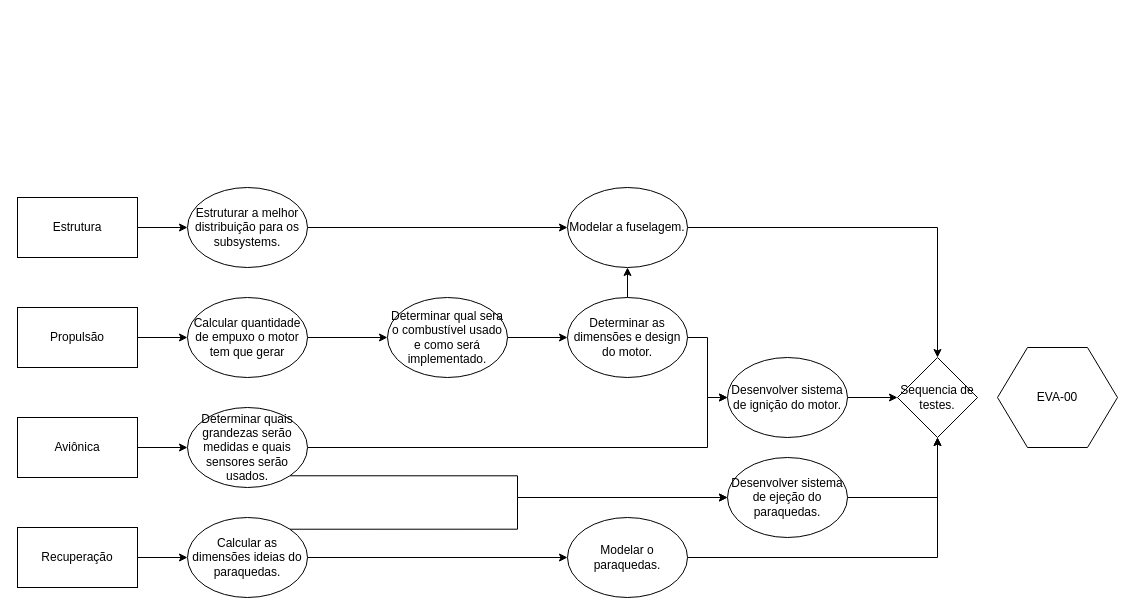
This is eva-00.drawio from freedxmgxd/Evangelion-Unidade-00, a draw.io file, before an edit. Source tidied: cells renumbered, new cells numbered last; positions are measured from the earlier drawing's top-left corner, leaving out a move shared by most shapes. Both pictures are drawn from the tidied source at 100%, with x=0, y=0 at pixel (17, 187).
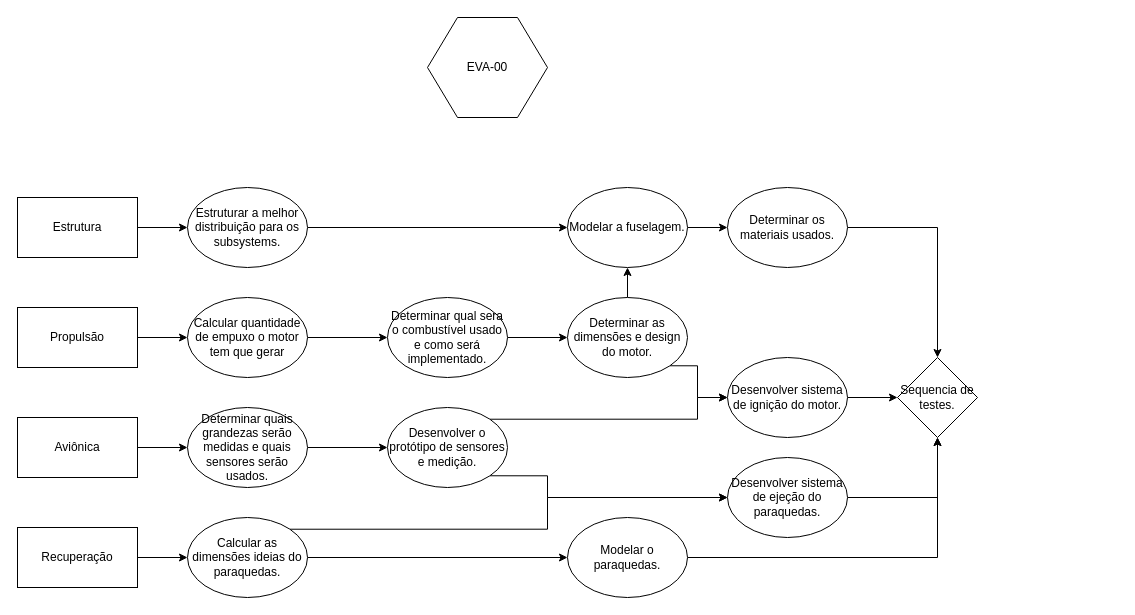
After the change.

Unchanged cells that the change refers to:
```xml
<mxCell id="13" value="Calcular as dimensões ideias do paraquedas." style="ellipse;whiteSpace=wrap;html=1;" parent="1" vertex="1">
  <mxGeometry x="170" y="330" width="120" height="80" as="geometry" />
</mxCell>
<mxCell id="16" value="Determinar quais grandezas serão medidas e quais sensores serão usados." style="ellipse;whiteSpace=wrap;html=1;" parent="1" vertex="1">
  <mxGeometry x="170" y="220" width="120" height="80" as="geometry" />
</mxCell>
<mxCell id="18" value="Desenvolver sistema de ejeção do paraquedas." style="ellipse;whiteSpace=wrap;html=1;" parent="1" vertex="1">
  <mxGeometry x="710" y="270" width="120" height="80" as="geometry" />
</mxCell>
<mxCell id="25" value="Determinar as dimensões e design do motor." style="ellipse;whiteSpace=wrap;html=1;" parent="1" vertex="1">
  <mxGeometry x="550" y="110" width="120" height="80" as="geometry" />
</mxCell>
<mxCell id="29" value="Modelar a fuselagem." style="ellipse;whiteSpace=wrap;html=1;" parent="1" vertex="1">
  <mxGeometry x="550" width="120" height="80" as="geometry" />
</mxCell>
<mxCell id="31" value="Desenvolver sistema de ignição do motor." style="ellipse;whiteSpace=wrap;html=1;" parent="1" vertex="1">
  <mxGeometry x="710" y="170" width="120" height="80" as="geometry" />
</mxCell>
<mxCell id="32" value="Sequencia de testes." style="rhombus;whiteSpace=wrap;html=1;" parent="1" vertex="1">
  <mxGeometry x="880" y="170" width="80" height="80" as="geometry" />
</mxCell>
```

What changed in the source:
```diff
@@
     <mxCell id="2" value="EVA-00" style="shape=hexagon;perimeter=hexagonPerimeter2;whiteSpace=wrap;html=1;fixedSize=1;size=30;" parent="1" vertex="1">
-      <mxGeometry x="980" y="160" width="120" height="100" as="geometry" />
+      <mxGeometry x="410" y="-170" width="120" height="100" as="geometry" />
     </mxCell>
@@
     <mxCell id="12" style="edgeStyle=orthogonalEdgeStyle;rounded=0;jettySize=auto;html=1;exitX=1;exitY=0;exitDx=0;exitDy=0;entryX=0;entryY=0.5;entryDx=0;entryDy=0;" parent="1" edge="1" source="13" target="18">
-      <mxGeometry relative="1" as="geometry" />
+      <mxGeometry relative="1" as="geometry">
+        <Array as="points">
+          <mxPoint x="530" y="342" />
+          <mxPoint x="530" y="310" />
+        </Array>
+      </mxGeometry>
     </mxCell>
@@
-    <mxCell id="14" style="edgeStyle=orthogonalEdgeStyle;rounded=0;jettySize=auto;html=1;exitX=1;exitY=0.5;exitDx=0;exitDy=0;entryX=0;entryY=0.5;entryDx=0;entryDy=0;" parent="1" edge="1" source="16" target="31">
-      <mxGeometry relative="1" as="geometry">
-        <Array as="points">
-          <mxPoint x="690" y="260" />
-          <mxPoint x="690" y="210" />
-        </Array>
-      </mxGeometry>
-    </mxCell>
-    <mxCell id="15" style="edgeStyle=orthogonalEdgeStyle;rounded=0;jettySize=auto;html=1;exitX=1;exitY=1;exitDx=0;exitDy=0;" parent="1" edge="1" source="16" target="18">
-      <mxGeometry relative="1" as="geometry" />
-    </mxCell>
+    <mxCell id="35" style="edgeStyle=orthogonalEdgeStyle;rounded=0;jettySize=auto;html=1;exitX=1;exitY=0.5;exitDx=0;exitDy=0;entryX=0;entryY=0.5;entryDx=0;entryDy=0;" parent="1" edge="1" source="16" target="41">
+      <mxGeometry relative="1" as="geometry" />
+    </mxCell>
@@
-    <mxCell id="24" style="edgeStyle=orthogonalEdgeStyle;rounded=0;jettySize=auto;html=1;exitX=1;exitY=0.5;exitDx=0;exitDy=0;entryX=0;entryY=0.5;entryDx=0;entryDy=0;" parent="1" edge="1" source="25" target="31">
-      <mxGeometry relative="1" as="geometry" />
+    <mxCell id="24" style="edgeStyle=orthogonalEdgeStyle;rounded=0;jettySize=auto;html=1;exitX=1;exitY=1;exitDx=0;exitDy=0;" parent="1" edge="1" source="25" target="31">
+      <mxGeometry relative="1" as="geometry">
+        <Array as="points">
+          <mxPoint x="680" y="178" />
+          <mxPoint x="680" y="210" />
+        </Array>
+      </mxGeometry>
     </mxCell>
@@
-    <mxCell id="28" style="edgeStyle=orthogonalEdgeStyle;rounded=0;jettySize=auto;html=1;exitX=1;exitY=0.5;exitDx=0;exitDy=0;entryX=0.5;entryY=0;entryDx=0;entryDy=0;" parent="1" edge="1" source="29" target="32">
-      <mxGeometry relative="1" as="geometry" />
-    </mxCell>
+    <mxCell id="36" style="edgeStyle=orthogonalEdgeStyle;rounded=0;jettySize=auto;html=1;exitX=1;exitY=0.5;exitDx=0;exitDy=0;entryX=0;entryY=0.5;entryDx=0;entryDy=0;" parent="1" edge="1" source="29" target="38">
+      <mxGeometry relative="1" as="geometry" />
+    </mxCell>
@@
+    <mxCell id="37" style="edgeStyle=orthogonalEdgeStyle;rounded=0;jettySize=auto;html=1;exitX=1;exitY=0.5;exitDx=0;exitDy=0;entryX=0.5;entryY=0;entryDx=0;entryDy=0;" parent="1" edge="1" source="38" target="32">
+      <mxGeometry relative="1" as="geometry" />
+    </mxCell>
+    <mxCell id="38" value="Determinar os materiais usados." style="ellipse;whiteSpace=wrap;html=1;" parent="1" vertex="1">
+      <mxGeometry x="710" width="120" height="80" as="geometry" />
+    </mxCell>
+    <mxCell id="39" style="edgeStyle=orthogonalEdgeStyle;rounded=0;jettySize=auto;html=1;exitX=1;exitY=0;exitDx=0;exitDy=0;" parent="1" edge="1" source="41" target="31">
+      <mxGeometry relative="1" as="geometry">
+        <Array as="points">
+          <mxPoint x="680" y="232" />
+          <mxPoint x="680" y="210" />
+        </Array>
+      </mxGeometry>
+    </mxCell>
+    <mxCell id="40" style="edgeStyle=orthogonalEdgeStyle;rounded=0;jettySize=auto;html=1;exitX=1;exitY=1;exitDx=0;exitDy=0;" parent="1" edge="1" source="41" target="18">
+      <mxGeometry relative="1" as="geometry">
+        <Array as="points">
+          <mxPoint x="530" y="288" />
+          <mxPoint x="530" y="310" />
+        </Array>
+      </mxGeometry>
+    </mxCell>
+    <mxCell id="41" value="Desenvolver o protótipo de sensores e medição." style="ellipse;whiteSpace=wrap;html=1;" parent="1" vertex="1">
+      <mxGeometry x="370" y="220" width="120" height="80" as="geometry" />
+    </mxCell>
```
